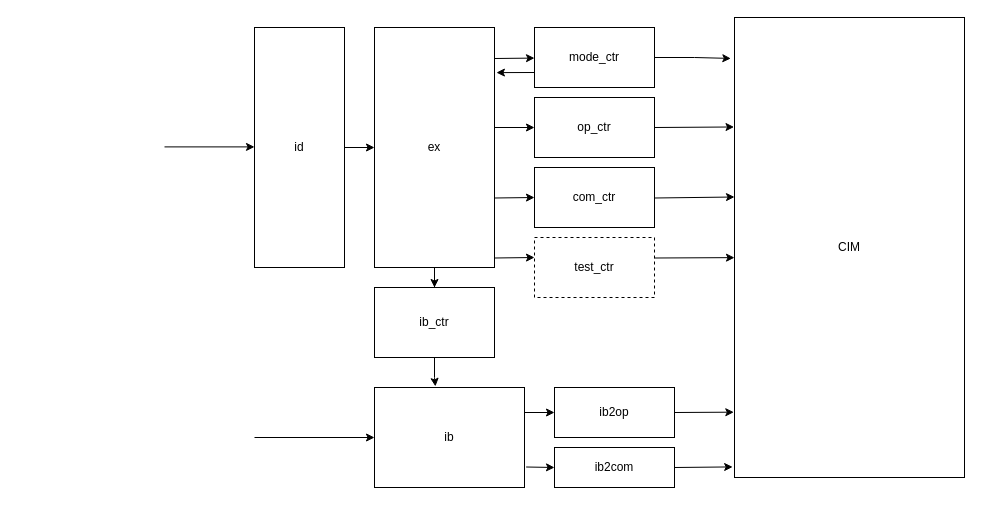
Above: page "CIM read & write" (2 of 2) of CIM_IS.drawio in Devil-SX/draw-io (draw.io), before the change. Source tidied: cells renumbered, new cells numbered last; positions are measured from the earlier drawing's top-left corner, leaving out a move shared by most shapes. Both pictures are drawn from the tidied source at 100%, with x=0, y=0 at pixel (164, 17).
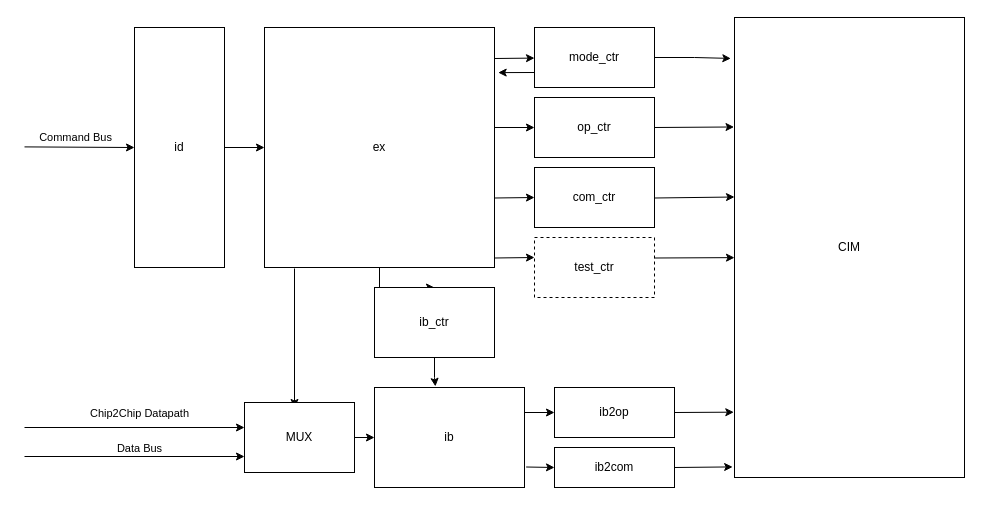
The same page after the edit.

The change refers to these unchanged cells:
```xml
<mxCell id="10" value="ib" style="rounded=0;whiteSpace=wrap;html=1;" parent="1" vertex="1">
  <mxGeometry x="210" y="370" width="150" height="100" as="geometry" />
</mxCell>
```

Diff of the diagram source:
```diff
@@
     <mxCell id="8" value="ex" style="rounded=0;whiteSpace=wrap;html=1;" parent="1" vertex="1">
-      <mxGeometry x="210" y="10" width="120" height="240" as="geometry" />
+      <mxGeometry x="100" y="10" width="230" height="240" as="geometry" />
     </mxCell>
@@
-    <mxCell id="13" style="endArrow=classic;html=1;rounded=0;entryX=0;entryY=0.5;entryDx=0;entryDy=0;" parent="1" edge="1" target="10">
-      <mxGeometry relative="1" as="geometry">
-        <mxPoint x="90" y="420" as="sourcePoint" />
-      </mxGeometry>
+    <mxCell id="13" style="endArrow=classic;html=1;rounded=0;entryX=0;entryY=0.5;entryDx=0;entryDy=0;" parent="1" edge="1" source="36" target="10">
+      <mxGeometry relative="1" as="geometry" />
     </mxCell>
@@
     <mxCell id="21" value="id" style="rounded=0;whiteSpace=wrap;html=1;" parent="1" vertex="1">
-      <mxGeometry x="90" y="10" width="90" height="240" as="geometry" />
+      <mxGeometry x="-30" y="10" width="90" height="240" as="geometry" />
     </mxCell>
-    <mxCell id="22" style="endArrow=classic;html=1;rounded=0;entryX=0;entryY=0.25;entryDx=0;entryDy=0;" parent="1" edge="1">
+    <mxCell id="22" style="endArrow=classic;html=1;rounded=0;entryX=0;entryY=0.5;entryDx=0;entryDy=0;" parent="1" edge="1" target="21">
       <mxGeometry relative="1" as="geometry">
-        <mxPoint y="129.4" as="sourcePoint" />
-        <mxPoint x="90" y="129.4" as="targetPoint" />
+        <mxPoint x="-140" y="129.4" as="sourcePoint" />
       </mxGeometry>
     </mxCell>
+    <mxCell id="31" value="Command Bus" style="edgeLabel;html=1;align=center;verticalAlign=middle;" parent="22" vertex="1">
+      <mxGeometry x="-0.07" y="-2" relative="1" as="geometry">
+        <mxPoint y="-12" as="offset" />
+      </mxGeometry>
+    </mxCell>
@@
+    <mxCell id="32" style="endArrow=classic;html=1;rounded=0;entryX=0;entryY=0.25;entryDx=0;entryDy=0;" parent="1" edge="1">
+      <mxGeometry relative="1" as="geometry">
+        <mxPoint x="-140" y="439" as="sourcePoint" />
+        <mxPoint x="80" y="439" as="targetPoint" />
+      </mxGeometry>
+    </mxCell>
+    <mxCell id="33" value="Data Bus" style="edgeLabel;html=1;align=center;verticalAlign=middle;" parent="32" vertex="1">
+      <mxGeometry x="0.16" y="2" relative="1" as="geometry">
+        <mxPoint x="-14" y="-7" as="offset" />
+      </mxGeometry>
+    </mxCell>
+    <mxCell id="34" style="endArrow=classic;html=1;rounded=0;" parent="1" edge="1">
+      <mxGeometry relative="1" as="geometry">
+        <mxPoint x="130" y="251" as="sourcePoint" />
+        <mxPoint x="130" y="390" as="targetPoint" />
+      </mxGeometry>
+    </mxCell>
+    <mxCell id="35" style="endArrow=classic;html=1;rounded=0;entryX=0;entryY=0.5;entryDx=0;entryDy=0;" parent="1" edge="1" target="36">
+      <mxGeometry relative="1" as="geometry">
+        <mxPoint x="90" y="420" as="sourcePoint" />
+      </mxGeometry>
+    </mxCell>
+    <mxCell id="36" value="MUX" style="rounded=0;whiteSpace=wrap;html=1;" parent="1" vertex="1">
+      <mxGeometry x="80" y="385" width="110" height="70" as="geometry" />
+    </mxCell>
+    <mxCell id="37" style="endArrow=classic;html=1;rounded=0;entryX=0;entryY=0.25;entryDx=0;entryDy=0;" parent="1" edge="1">
+      <mxGeometry relative="1" as="geometry">
+        <mxPoint x="-140" y="410" as="sourcePoint" />
+        <mxPoint x="80" y="410" as="targetPoint" />
+      </mxGeometry>
+    </mxCell>
+    <mxCell id="38" value="Chip2Chip Datapath" style="edgeLabel;html=1;align=center;verticalAlign=middle;" parent="37" vertex="1">
+      <mxGeometry x="0.05" y="3" relative="1" as="geometry">
+        <mxPoint x="-1" y="-12" as="offset" />
+      </mxGeometry>
+    </mxCell>
```
